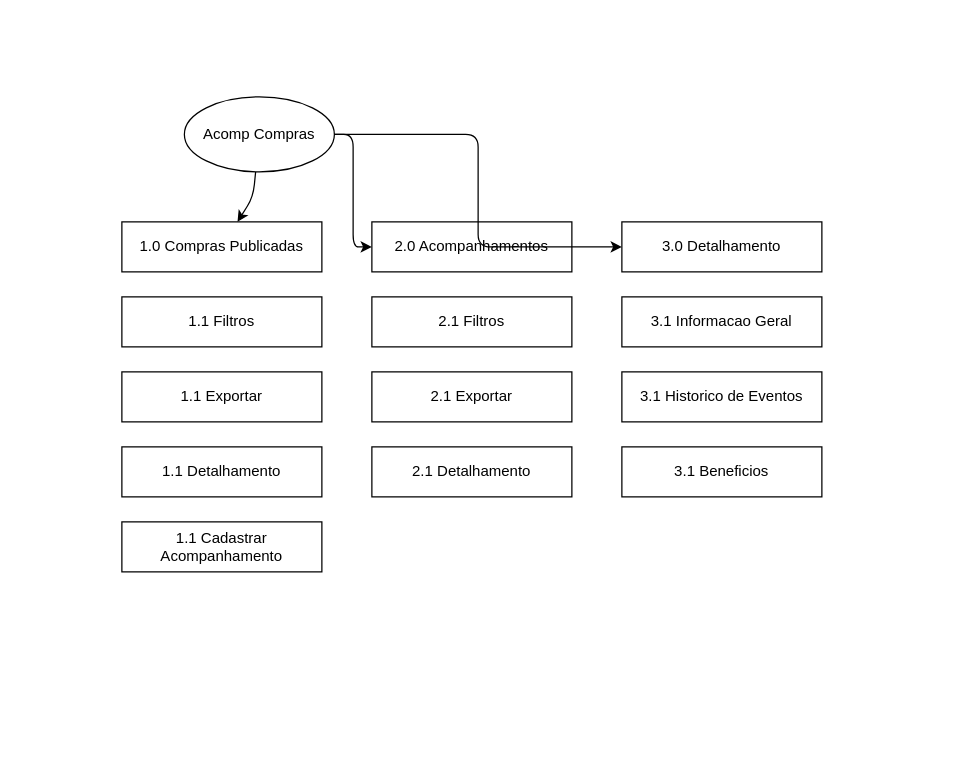
This is Acomp-Compras.drawio from TiagoDiasDev/aulas-particulares, a draw.io file, before an edit. Source tidied: cells renumbered, new cells numbered last; positions are measured from the earlier drawing's top-left corner, leaving out a move shared by most shapes. Both pictures are drawn from the tidied source at 125%, with x=0, y=0 at pixel (121, 96). Pictures stored in the file or linked from it are replaced by grey dashed boxes.
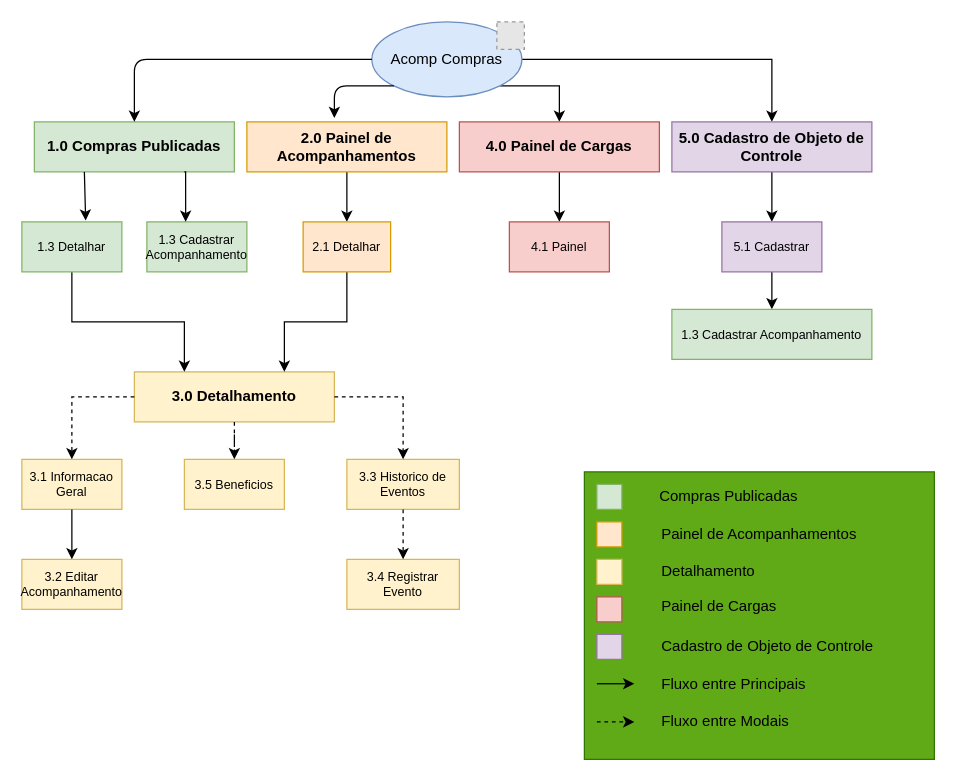
After the change.

Diff of the diagram source:
```diff
@@
+    <mxCell id="19" style="edgeStyle=orthogonalEdgeStyle;rounded=0;jettySize=auto;html=1;exitX=1;exitY=1;exitDx=0;exitDy=0;entryX=0.5;entryY=0;entryDx=0;entryDy=0;fontSize=10;" parent="1" edge="1" source="2" target="30">
+      <mxGeometry relative="1" as="geometry">
+        <Array as="points">
+          <mxPoint x="350" y="-9" />
+        </Array>
+      </mxGeometry>
+    </mxCell>
+    <mxCell id="20" style="edgeStyle=orthogonalEdgeStyle;rounded=0;jettySize=auto;html=1;exitX=1;exitY=0.5;exitDx=0;exitDy=0;entryX=0.5;entryY=0;entryDx=0;entryDy=0;fontSize=10;" parent="1" edge="1" source="2" target="26">
+      <mxGeometry relative="1" as="geometry" />
+    </mxCell>
-    <mxCell id="2" value="Acomp Compras" style="ellipse;whiteSpace=wrap;html=1;" parent="1" vertex="1">
-      <mxGeometry x="50" width="120" height="60" as="geometry" />
+    <mxCell id="2" value="Acomp Compras" style="ellipse;whiteSpace=wrap;html=1;fillColor=#dae8fc;strokeColor=#6c8ebf;" parent="1" vertex="1">
+      <mxGeometry x="200" y="-60" width="120" height="60" as="geometry" />
     </mxCell>
-    <mxCell id="3" value="1.0 Compras Publicadas" style="rectangle;whiteSpace=wrap;html=1;" parent="1" vertex="1">
-      <mxGeometry y="100" width="160" height="40" as="geometry" />
+    <mxCell id="3" value="1.0 Compras Publicadas" style="rectangle;whiteSpace=wrap;html=1;fillColor=#d5e8d4;strokeColor=#82b366;fontSize=12;fontStyle=1;" parent="1" vertex="1">
+      <mxGeometry x="-70" y="20" width="160" height="40" as="geometry" />
     </mxCell>
+    <mxCell id="21" style="edgeStyle=orthogonalEdgeStyle;rounded=0;jettySize=auto;html=1;exitX=0.5;exitY=1;exitDx=0;exitDy=0;entryX=0.5;entryY=0;entryDx=0;entryDy=0;fontSize=10;" parent="1" edge="1" source="4" target="12">
+      <mxGeometry relative="1" as="geometry" />
+    </mxCell>
-    <mxCell id="4" value="2.0 Acompanhamentos" style="rectangle;whiteSpace=wrap;html=1;" parent="1" vertex="1">
-      <mxGeometry x="200" y="100" width="160" height="40" as="geometry" />
+    <mxCell id="4" value="2.0 Painel de Acompanhamentos" style="rectangle;whiteSpace=wrap;html=1;fillColor=#ffe6cc;strokeColor=#d79b00;fontSize=12;fontStyle=1;" parent="1" vertex="1">
+      <mxGeometry x="100" y="20" width="160" height="40" as="geometry" />
     </mxCell>
-    <mxCell id="5" value="3.0 Detalhamento" style="rectangle;whiteSpace=wrap;html=1;" parent="1" vertex="1">
-      <mxGeometry x="400" y="100" width="160" height="40" as="geometry" />
+    <mxCell id="5" value="3.0 Detalhamento" style="rectangle;whiteSpace=wrap;html=1;fillColor=#fff2cc;strokeColor=#d6b656;fontSize=12;fontStyle=1;" parent="1" vertex="1">
+      <mxGeometry x="10" y="220" width="160" height="40" as="geometry" />
     </mxCell>
-    <mxCell id="6" value="1.1 Filtros" style="rectangle;whiteSpace=wrap;html=1;" parent="1" vertex="1">
-      <mxGeometry y="160" width="160" height="40" as="geometry" />
-    </mxCell>
-    <mxCell id="7" value="1.1 Exportar" style="rectangle;whiteSpace=wrap;html=1;" parent="1" vertex="1">
-      <mxGeometry y="220" width="160" height="40" as="geometry" />
-    </mxCell>
+    <mxCell id="22" style="edgeStyle=orthogonalEdgeStyle;rounded=0;jettySize=auto;html=1;exitX=0.5;exitY=1;exitDx=0;exitDy=0;entryX=0.25;entryY=0;entryDx=0;entryDy=0;fontSize=10;" parent="1" edge="1" source="8" target="5">
+      <mxGeometry relative="1" as="geometry" />
+    </mxCell>
-    <mxCell id="8" value="1.1 Detalhamento" style="rectangle;whiteSpace=wrap;html=1;" parent="1" vertex="1">
-      <mxGeometry y="280" width="160" height="40" as="geometry" />
+    <mxCell id="8" value="&lt;font style=&quot;font-size: 10px;&quot;&gt;1.3 Detalhar&lt;/font&gt;" style="rectangle;whiteSpace=wrap;html=1;fillColor=#d5e8d4;strokeColor=#82b366;fontSize=10;" parent="1" vertex="1">
+      <mxGeometry x="-80" y="100" width="80" height="40" as="geometry" />
     </mxCell>
-    <mxCell id="9" value="1.1 Cadastrar Acompanhamento" style="rectangle;whiteSpace=wrap;html=1;" parent="1" vertex="1">
-      <mxGeometry y="340" width="160" height="40" as="geometry" />
+    <mxCell id="9" value="&lt;font style=&quot;font-size: 10px;&quot;&gt;1.3 Cadastrar Acompanhamento&lt;/font&gt;" style="rectangle;whiteSpace=wrap;html=1;fillColor=#d5e8d4;strokeColor=#82b366;fontSize=10;" parent="1" vertex="1">
+      <mxGeometry x="20" y="100" width="80" height="40" as="geometry" />
     </mxCell>
-    <mxCell id="10" value="2.1 Filtros" style="rectangle;whiteSpace=wrap;html=1;" parent="1" vertex="1">
-      <mxGeometry x="200" y="160" width="160" height="40" as="geometry" />
-    </mxCell>
-    <mxCell id="11" value="2.1 Exportar" style="rectangle;whiteSpace=wrap;html=1;" parent="1" vertex="1">
-      <mxGeometry x="200" y="220" width="160" height="40" as="geometry" />
-    </mxCell>
+    <mxCell id="23" style="edgeStyle=orthogonalEdgeStyle;rounded=0;jettySize=auto;html=1;exitX=0.5;exitY=1;exitDx=0;exitDy=0;entryX=0.75;entryY=0;entryDx=0;entryDy=0;fontSize=10;" parent="1" edge="1" source="12" target="5">
+      <mxGeometry relative="1" as="geometry" />
+    </mxCell>
-    <mxCell id="12" value="2.1 Detalhamento" style="rectangle;whiteSpace=wrap;html=1;" parent="1" vertex="1">
-      <mxGeometry x="200" y="280" width="160" height="40" as="geometry" />
+    <mxCell id="12" value="2.1 Detalhar" style="rectangle;whiteSpace=wrap;html=1;fillColor=#ffe6cc;strokeColor=#d79b00;fontSize=10;" parent="1" vertex="1">
+      <mxGeometry x="145" y="100" width="70" height="40" as="geometry" />
     </mxCell>
-    <mxCell id="13" value="3.1 Informacao Geral" style="rectangle;whiteSpace=wrap;html=1;" parent="1" vertex="1">
-      <mxGeometry x="400" y="160" width="160" height="40" as="geometry" />
+    <mxCell id="13" value="3.1 Informacao Geral" style="rectangle;whiteSpace=wrap;html=1;fillColor=#fff2cc;strokeColor=#d6b656;fontSize=10;" parent="1" vertex="1">
+      <mxGeometry x="-80" y="290" width="80" height="40" as="geometry" />
     </mxCell>
-    <mxCell id="14" value="3.1 Historico de Eventos" style="rectangle;whiteSpace=wrap;html=1;" parent="1" vertex="1">
-      <mxGeometry x="400" y="220" width="160" height="40" as="geometry" />
+    <mxCell id="14" value="3.3 Historico de Eventos" style="rectangle;whiteSpace=wrap;html=1;fillColor=#fff2cc;strokeColor=#d6b656;fontSize=10;" parent="1" vertex="1">
+      <mxGeometry x="180" y="290" width="90" height="40" as="geometry" />
     </mxCell>
-    <mxCell id="15" value="3.1 Beneficios" style="rectangle;whiteSpace=wrap;html=1;" parent="1" vertex="1">
-      <mxGeometry x="400" y="280" width="160" height="40" as="geometry" />
+    <mxCell id="15" value="3.5 Beneficios" style="rectangle;whiteSpace=wrap;html=1;fillColor=#fff2cc;strokeColor=#d6b656;fontSize=10;" parent="1" vertex="1">
+      <mxGeometry x="50" y="290" width="80" height="40" as="geometry" />
     </mxCell>
-    <mxCell id="16" style="edgeStyle=elbowEdgeStyle;orthogonal=0;jettySize=auto;html=1;" parent="1" edge="1" source="2" target="3">
-      <mxGeometry relative="1" as="geometry" />
+    <mxCell id="16" style="edgeStyle=elbowEdgeStyle;orthogonal=0;jettySize=auto;html=1;exitX=0;exitY=0.5;exitDx=0;exitDy=0;entryX=0.5;entryY=0;entryDx=0;entryDy=0;fontSize=10;" parent="1" edge="1" source="2" target="3">
+      <mxGeometry relative="1" as="geometry">
+        <Array as="points">
+          <mxPoint x="10" y="-20" />
+        </Array>
+      </mxGeometry>
     </mxCell>
-    <mxCell id="17" style="edgeStyle=elbowEdgeStyle;orthogonal=0;jettySize=auto;html=1;" parent="1" edge="1" source="2" target="4">
-      <mxGeometry relative="1" as="geometry" />
+    <mxCell id="17" style="edgeStyle=elbowEdgeStyle;orthogonal=0;jettySize=auto;html=1;exitX=0;exitY=1;exitDx=0;exitDy=0;entryX=0.438;entryY=-0.075;entryDx=0;entryDy=0;entryPerimeter=0;fontSize=10;" parent="1" edge="1" source="2" target="4">
+      <mxGeometry relative="1" as="geometry">
+        <Array as="points">
+          <mxPoint x="170" y="-9" />
+        </Array>
+      </mxGeometry>
     </mxCell>
-    <mxCell id="18" style="edgeStyle=elbowEdgeStyle;orthogonal=0;jettySize=auto;html=1;" parent="1" edge="1" source="2" target="5">
-      <mxGeometry relative="1" as="geometry" />
-    </mxCell>
+    <mxCell id="24" style="fillColor=#E6E6E6;strokeColor=#999999;dashed=1;verticalLabelPosition=bottom;labelBackgroundColor=default;verticalAlign=top;" parent="1" vertex="1">
+      <mxGeometry x="300" y="-60" width="22" height="22" as="geometry" />
+    </mxCell>
+    <mxCell id="25" style="edgeStyle=orthogonalEdgeStyle;rounded=0;jettySize=auto;html=1;exitX=0.5;exitY=1;exitDx=0;exitDy=0;entryX=0.5;entryY=0;entryDx=0;entryDy=0;fontSize=10;" parent="1" edge="1" source="26" target="28">
+      <mxGeometry relative="1" as="geometry" />
+    </mxCell>
+    <mxCell id="26" value="5.0 Cadastro de Objeto de Controle" style="rectangle;whiteSpace=wrap;html=1;fillColor=#e1d5e7;strokeColor=#9673a6;fontSize=12;fontStyle=1;" parent="1" vertex="1">
+      <mxGeometry x="440" y="20" width="160" height="40" as="geometry" />
+    </mxCell>
+    <mxCell id="27" style="edgeStyle=orthogonalEdgeStyle;rounded=0;jettySize=auto;html=1;entryX=0.5;entryY=0;entryDx=0;entryDy=0;fontSize=10;" parent="1" edge="1" source="28" target="32">
+      <mxGeometry relative="1" as="geometry" />
+    </mxCell>
+    <mxCell id="28" value="5.1 Cadastrar" style="rectangle;whiteSpace=wrap;html=1;fillColor=#e1d5e7;strokeColor=#9673a6;fontSize=10;" parent="1" vertex="1">
+      <mxGeometry x="480" y="100" width="80" height="40" as="geometry" />
+    </mxCell>
+    <mxCell id="29" style="edgeStyle=orthogonalEdgeStyle;rounded=0;jettySize=auto;html=1;exitX=0.5;exitY=1;exitDx=0;exitDy=0;entryX=0.5;entryY=0;entryDx=0;entryDy=0;fontSize=10;" parent="1" edge="1" source="30" target="31">
+      <mxGeometry relative="1" as="geometry" />
+    </mxCell>
+    <mxCell id="30" value="4.0 Painel de Cargas" style="rectangle;whiteSpace=wrap;html=1;fillColor=#f8cecc;strokeColor=#b85450;fontSize=12;fontStyle=1;" parent="1" vertex="1">
+      <mxGeometry x="270" y="20" width="160" height="40" as="geometry" />
+    </mxCell>
+    <mxCell id="31" value="4.1 Painel" style="rectangle;whiteSpace=wrap;html=1;fillColor=#f8cecc;strokeColor=#b85450;fontSize=10;" parent="1" vertex="1">
+      <mxGeometry x="310" y="100" width="80" height="40" as="geometry" />
+    </mxCell>
+    <mxCell id="32" value="1.3 Cadastrar Acompanhamento" style="rectangle;whiteSpace=wrap;html=1;fillColor=#d5e8d4;strokeColor=#82b366;fontSize=10;" parent="1" vertex="1">
+      <mxGeometry x="440" y="170" width="160" height="40" as="geometry" />
+    </mxCell>
+    <mxCell id="33" value="3.2 Editar Acompanhamento" style="rectangle;whiteSpace=wrap;html=1;fillColor=#fff2cc;strokeColor=#d6b656;fontSize=10;" parent="1" vertex="1">
+      <mxGeometry x="-80" y="370" width="80" height="40" as="geometry" />
+    </mxCell>
+    <mxCell id="34" value="3.4 Registrar Evento" style="rectangle;whiteSpace=wrap;html=1;fillColor=#fff2cc;strokeColor=#d6b656;fontSize=10;" parent="1" vertex="1">
+      <mxGeometry x="180" y="370" width="90" height="40" as="geometry" />
+    </mxCell>
+    <mxCell id="35" style="rectangle;whiteSpace=wrap;html=1;fillColor=#60a917;strokeColor=#2D7600;fontColor=#ffffff;" parent="1" vertex="1">
+      <mxGeometry x="370" y="300" width="280" height="230" as="geometry" />
+    </mxCell>
+    <mxCell id="36" style="rectangle;whiteSpace=wrap;html=1;fillColor=#d5e8d4;strokeColor=#82b366;" parent="1" vertex="1">
+      <mxGeometry x="380" y="310" width="20" height="20" as="geometry" />
+    </mxCell>
+    <mxCell id="37" style="rectangle;whiteSpace=wrap;html=1;fillColor=#ffe6cc;strokeColor=#d79b00;" parent="1" vertex="1">
+      <mxGeometry x="380" y="340" width="20" height="20" as="geometry" />
+    </mxCell>
+    <mxCell id="38" style="rectangle;whiteSpace=wrap;html=1;fillColor=#fff2cc;strokeColor=#d6b656;" parent="1" vertex="1">
+      <mxGeometry x="380" y="370" width="20" height="20" as="geometry" />
+    </mxCell>
+    <mxCell id="39" style="rectangle;whiteSpace=wrap;html=1;fillColor=#f8cecc;strokeColor=#b85450;" parent="1" vertex="1">
+      <mxGeometry x="380" y="400" width="20" height="20" as="geometry" />
+    </mxCell>
+    <mxCell id="40" style="rectangle;whiteSpace=wrap;html=1;fillColor=#e1d5e7;strokeColor=#9673a6;" parent="1" vertex="1">
+      <mxGeometry x="380" y="430" width="20" height="20" as="geometry" />
+    </mxCell>
+    <mxCell id="41" style="edgeStyle=orthogonalEdgeStyle;rounded=0;orthogonalLoop=1;jettySize=auto;html=1;" parent="1" edge="1">
+      <mxGeometry relative="1" as="geometry">
+        <mxPoint x="380" y="469.5" as="sourcePoint" />
+        <mxPoint x="410" y="470" as="targetPoint" />
+      </mxGeometry>
+    </mxCell>
+    <mxCell id="42" style="edgeStyle=orthogonalEdgeStyle;rounded=0;jettySize=auto;html=1;dashed=1;exitX=0.5;exitY=1;exitDx=0;exitDy=0;fontSize=10;" parent="1" edge="1" source="5" target="15">
+      <mxGeometry relative="1" as="geometry" />
+    </mxCell>
+    <mxCell id="43" style="edgeStyle=orthogonalEdgeStyle;rounded=0;jettySize=auto;html=1;dashed=1;exitX=1;exitY=0.5;exitDx=0;exitDy=0;entryX=0.5;entryY=0;entryDx=0;entryDy=0;fontSize=10;" parent="1" edge="1" source="5" target="14">
+      <mxGeometry relative="1" as="geometry" />
+    </mxCell>
+    <mxCell id="44" style="edgeStyle=orthogonalEdgeStyle;rounded=0;jettySize=auto;html=1;dashed=1;exitX=0;exitY=0.5;exitDx=0;exitDy=0;entryX=0.5;entryY=0;entryDx=0;entryDy=0;fontSize=10;" parent="1" edge="1" source="5" target="13">
+      <mxGeometry relative="1" as="geometry" />
+    </mxCell>
+    <mxCell id="45" style="edgeStyle=orthogonalEdgeStyle;rounded=0;jettySize=auto;html=1;dashed=1;exitX=0.5;exitY=1;exitDx=0;exitDy=0;entryX=0.5;entryY=0;entryDx=0;entryDy=0;fontSize=10;" parent="1" edge="1" source="14" target="34">
+      <mxGeometry relative="1" as="geometry" />
+    </mxCell>
+    <mxCell id="46" style="edgeStyle=orthogonalEdgeStyle;rounded=0;jettySize=auto;html=1;exitX=0.5;exitY=1;exitDx=0;exitDy=0;entryX=0.5;entryY=0;entryDx=0;entryDy=0;fontSize=10;" parent="1" edge="1" source="13" target="33">
+      <mxGeometry relative="1" as="geometry" />
+    </mxCell>
+    <mxCell id="47" style="edgeStyle=orthogonalEdgeStyle;rounded=0;jettySize=auto;html=1;exitX=0.25;exitY=1;exitDx=0;exitDy=0;entryX=0.638;entryY=-0.025;entryDx=0;entryDy=0;entryPerimeter=0;fontSize=10;" parent="1" edge="1" source="3" target="8">
+      <mxGeometry relative="1" as="geometry" />
+    </mxCell>
+    <mxCell id="48" style="edgeStyle=orthogonalEdgeStyle;rounded=0;jettySize=auto;html=1;exitX=0.75;exitY=1;exitDx=0;exitDy=0;entryX=0.388;entryY=0;entryDx=0;entryDy=0;entryPerimeter=0;fontSize=10;" parent="1" edge="1" source="3" target="9">
+      <mxGeometry relative="1" as="geometry">
+        <Array as="points">
+          <mxPoint x="51" y="60" />
+        </Array>
+      </mxGeometry>
+    </mxCell>
+    <mxCell id="49" style="edgeStyle=orthogonalEdgeStyle;rounded=0;orthogonalLoop=1;jettySize=auto;html=1;dashed=1;fontSize=10;" parent="1" edge="1">
+      <mxGeometry relative="1" as="geometry">
+        <mxPoint x="380" y="500" as="sourcePoint" />
+        <mxPoint x="410" y="500" as="targetPoint" />
+      </mxGeometry>
+    </mxCell>
+    <mxCell id="50" value="&amp;nbsp;Compras Publicadas" style="text;strokeColor=none;align=left;fillColor=none;html=1;verticalAlign=middle;whiteSpace=wrap;rounded=0;flipH=0;flipV=1;" parent="1" vertex="1">
+      <mxGeometry x="425" y="305" width="180" height="30" as="geometry" />
+    </mxCell>
+    <mxCell id="51" value="Painel de Acompanhamentos" style="text;strokeColor=none;align=left;fillColor=none;html=1;verticalAlign=middle;whiteSpace=wrap;rounded=0;flipH=0;flipV=1;" parent="1" vertex="1">
+      <mxGeometry x="430" y="335" width="170" height="30" as="geometry" />
+    </mxCell>
+    <mxCell id="52" value="Detalhamento" style="text;strokeColor=none;align=left;fillColor=none;html=1;verticalAlign=middle;whiteSpace=wrap;rounded=0;flipH=0;flipV=1;" parent="1" vertex="1">
+      <mxGeometry x="430" y="365" width="170" height="30" as="geometry" />
+    </mxCell>
+    <mxCell id="53" value="Painel de Cargas" style="text;strokeColor=none;align=left;fillColor=none;html=1;verticalAlign=middle;whiteSpace=wrap;rounded=0;flipH=0;flipV=1;" parent="1" vertex="1">
+      <mxGeometry x="430" y="390" width="198.3" height="35" as="geometry" />
+    </mxCell>
+    <mxCell id="54" value="Cadastro de Objeto de Controle" style="text;strokeColor=none;align=left;fillColor=none;html=1;verticalAlign=middle;whiteSpace=wrap;rounded=0;flipH=0;flipV=1;" parent="1" vertex="1">
+      <mxGeometry x="430" y="425" width="230" height="30" as="geometry" />
+    </mxCell>
+    <mxCell id="55" value="Fluxo entre Principais" style="text;strokeColor=none;align=left;fillColor=none;html=1;verticalAlign=middle;whiteSpace=wrap;rounded=0;flipH=0;flipV=1;" parent="1" vertex="1">
+      <mxGeometry x="430" y="455" width="140" height="30" as="geometry" />
+    </mxCell>
+    <mxCell id="56" value="Fluxo entre Modais" style="text;strokeColor=none;align=left;fillColor=none;html=1;verticalAlign=middle;whiteSpace=wrap;rounded=0;flipH=0;flipV=1;" parent="1" vertex="1">
+      <mxGeometry x="430" y="485" width="130" height="30" as="geometry" />
+    </mxCell>
```
